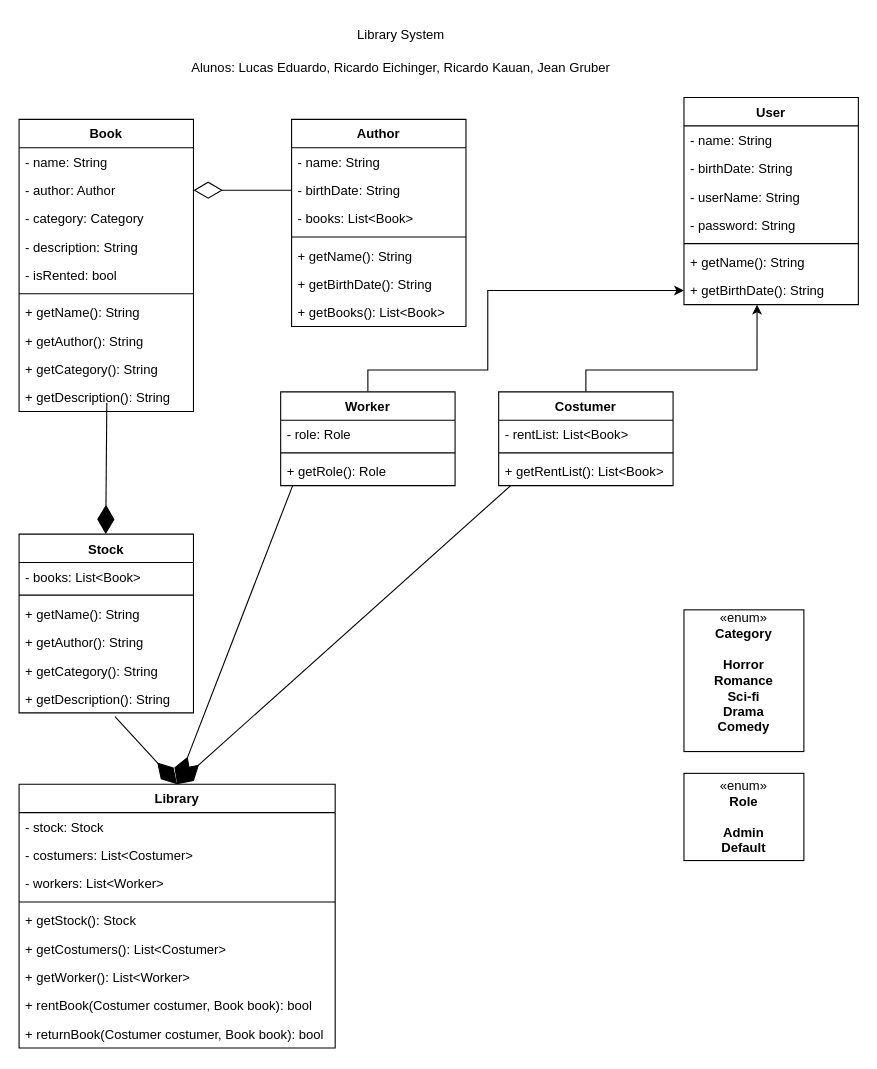
wOL-Lucas/M2Elio keeps this draw.io diagram as Diagrama sem nome.drawio. Above is the earlier version. Source tidied: cells renumbered, new cells numbered last; positions are measured from the earlier drawing's top-left corner, leaving out a move shared by most shapes. Both pictures are drawn from the tidied source at 109%, with x=0, y=0 at pixel (19, 19).
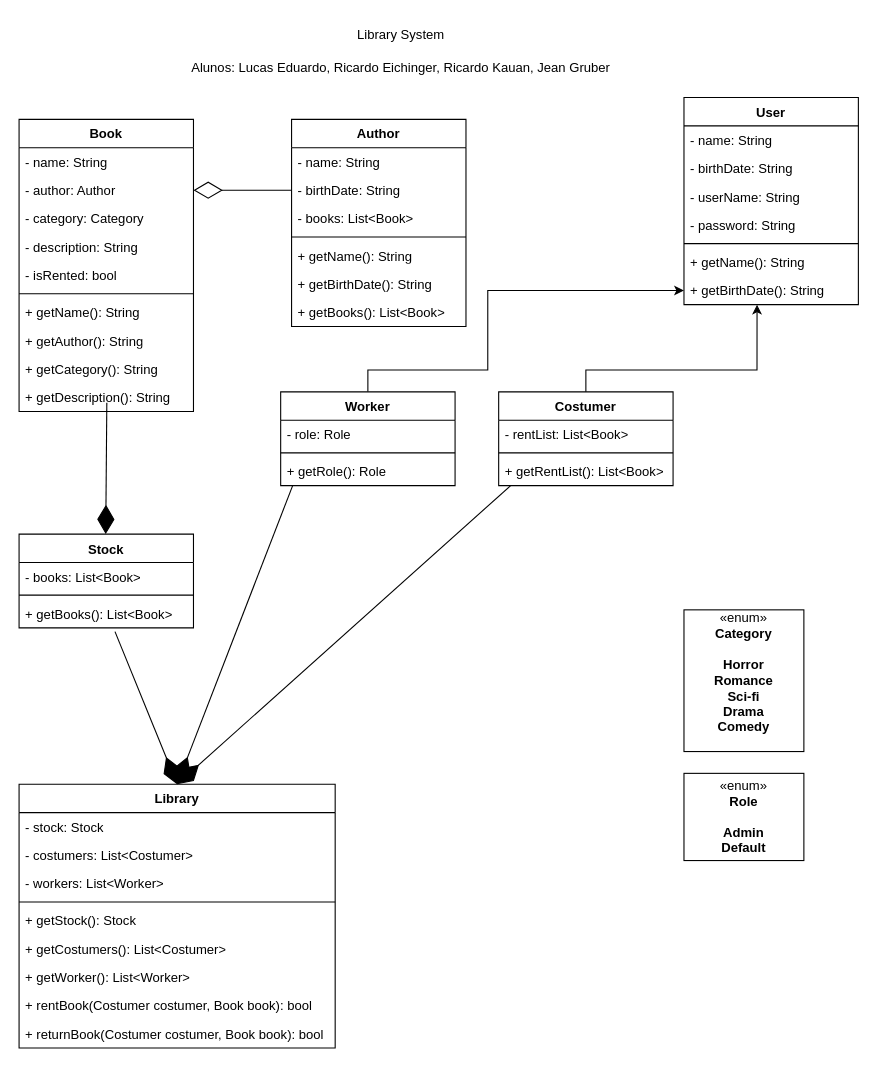
Above is the later version.

Commit message:
Fix: Stock methods

Diff of the diagram source:
```diff
@@
     <mxCell id="32" value="Stock" style="swimlane;fontStyle=1;align=center;verticalAlign=top;horizontal=1;startSize=26;whiteSpace=wrap;html=1;" parent="1" vertex="1">
-      <mxGeometry y="472.5" width="160" height="164" as="geometry" />
+      <mxGeometry y="472.5" width="160" height="86" as="geometry" />
     </mxCell>
@@
-    <mxCell id="35" value="+ getName(): String" style="text;strokeColor=none;fillColor=none;align=left;verticalAlign=top;spacingLeft=4;spacingRight=4;overflow=hidden;whiteSpace=wrap;html=1;" parent="32" vertex="1">
-      <mxGeometry y="60" width="160" height="26" as="geometry" />
-    </mxCell>
-    <mxCell id="36" value="+ getAuthor(): String" style="text;strokeColor=none;fillColor=none;align=left;verticalAlign=top;spacingLeft=4;spacingRight=4;overflow=hidden;whiteSpace=wrap;html=1;" parent="32" vertex="1">
-      <mxGeometry y="86" width="160" height="26" as="geometry" />
-    </mxCell>
-    <mxCell id="37" value="+ getCategory(): String" style="text;strokeColor=none;fillColor=none;align=left;verticalAlign=top;spacingLeft=4;spacingRight=4;overflow=hidden;whiteSpace=wrap;html=1;" parent="32" vertex="1">
-      <mxGeometry y="112" width="160" height="26" as="geometry" />
-    </mxCell>
-    <mxCell id="38" value="+ getDescription(): String" style="text;strokeColor=none;fillColor=none;align=left;verticalAlign=top;spacingLeft=4;spacingRight=4;overflow=hidden;points=[[0,0.5],[1,0.5]];portConstraint=eastwest;whiteSpace=wrap;html=1;" parent="32" vertex="1">
-      <mxGeometry y="138" width="160" height="26" as="geometry" />
+    <mxCell id="38" value="+ getBooks(): List&amp;lt;Book&amp;gt;&lt;br&gt;" style="text;strokeColor=none;fillColor=none;align=left;verticalAlign=top;spacingLeft=4;spacingRight=4;overflow=hidden;points=[[0,0.5],[1,0.5]];portConstraint=eastwest;whiteSpace=wrap;html=1;" parent="32" vertex="1">
+      <mxGeometry y="60" width="160" height="26" as="geometry" />
     </mxCell>
```
